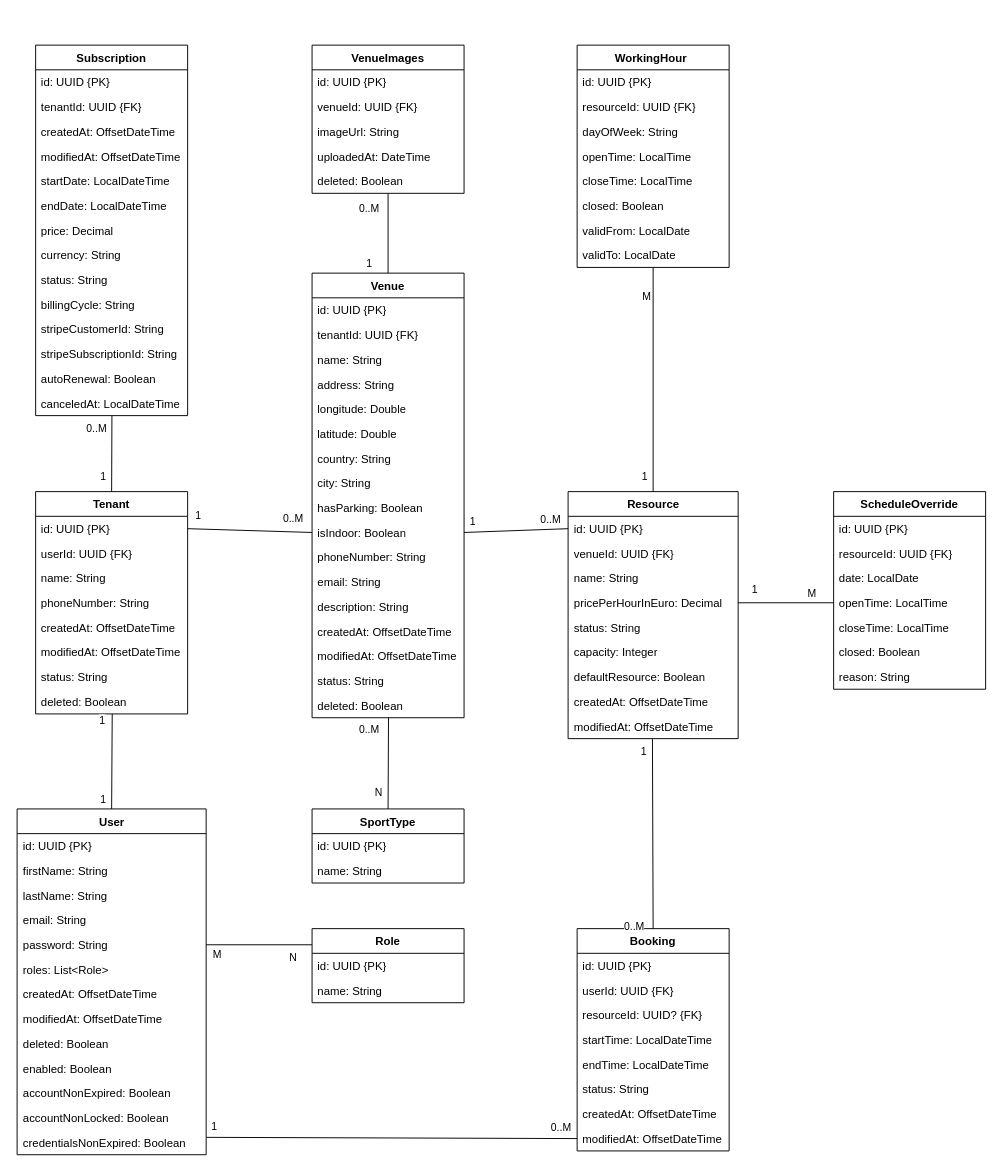
This is Documents/Class Diagram/Atlas Sports Class Diagram.drawio from Gjxrgj/AtlasSports, a draw.io file, before an edit. Source tidied: cells renumbered, new cells numbered last; positions are measured from the earlier drawing's top-left corner, leaving out a move shared by most shapes. Both pictures are drawn from the tidied source at 95%, with x=0, y=0 at pixel (16, 45).
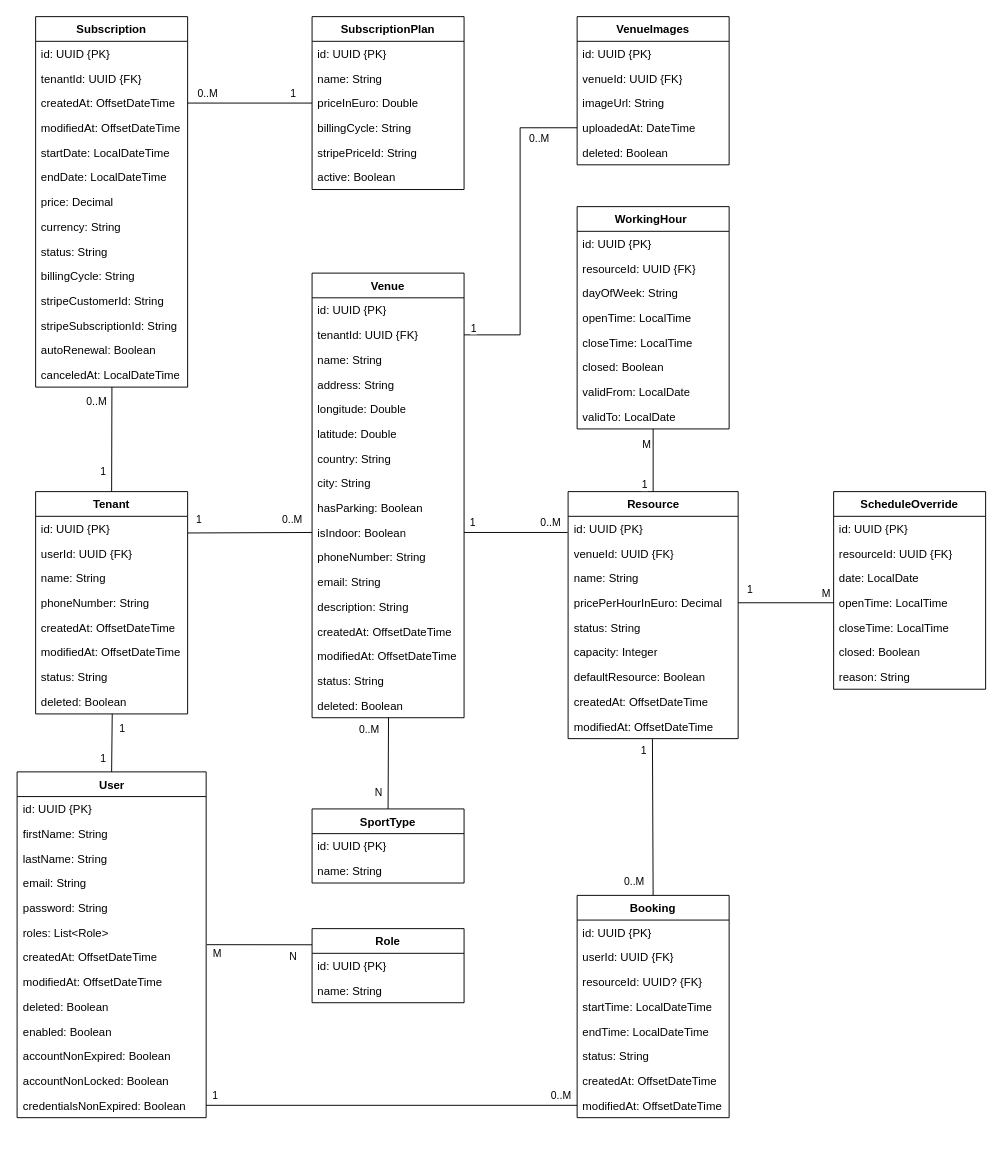
After the change.

Unchanged cells that the change refers to:
```xml
<mxCell id="7" value="password: String" style="text;strokeColor=none;fillColor=none;align=left;verticalAlign=top;spacingLeft=4;spacingRight=4;overflow=hidden;points=[[0,0.5],[1,0.5]];portConstraint=eastwest;whiteSpace=wrap;html=1;" parent="2" vertex="1">
  <mxGeometry y="130" width="199" height="26" as="geometry" />
</mxCell>
<mxCell id="9" value="createdAt: OffsetDateTime" style="text;strokeColor=none;fillColor=none;align=left;verticalAlign=top;spacingLeft=4;spacingRight=4;overflow=hidden;points=[[0,0.5],[1,0.5]];portConstraint=eastwest;whiteSpace=wrap;html=1;" parent="2" vertex="1">
  <mxGeometry y="182" width="199" height="26" as="geometry" />
</mxCell>
<mxCell id="15" value="credentialsNonExpired: Boolean&lt;span style=&quot;white-space: pre;&quot;&gt;&#9;&lt;/span&gt;" style="text;strokeColor=none;fillColor=none;align=left;verticalAlign=top;spacingLeft=4;spacingRight=4;overflow=hidden;points=[[0,0.5],[1,0.5]];portConstraint=eastwest;whiteSpace=wrap;html=1;" parent="2" vertex="1">
  <mxGeometry y="338" width="199" height="26" as="geometry" />
</mxCell>
<mxCell id="26" value="id: UUID&amp;nbsp;{PK}" style="text;strokeColor=none;fillColor=none;align=left;verticalAlign=top;spacingLeft=4;spacingRight=4;overflow=hidden;points=[[0,0.5],[1,0.5]];portConstraint=eastwest;whiteSpace=wrap;html=1;" parent="25" vertex="1">
  <mxGeometry y="26" width="160" height="26" as="geometry" />
</mxCell>
<mxCell id="34" value="Venue" style="swimlane;fontStyle=1;align=center;verticalAlign=top;horizontal=1;startSize=26;whiteSpace=wrap;html=1;" parent="1" vertex="1">
  <mxGeometry x="311" y="240" width="160" height="468" as="geometry" />
</mxCell>
<mxCell id="36" value="tenantId: UUID {FK}" style="text;strokeColor=none;fillColor=none;align=left;verticalAlign=top;spacingLeft=4;spacingRight=4;overflow=hidden;points=[[0,0.5],[1,0.5]];portConstraint=eastwest;whiteSpace=wrap;html=1;" parent="34" vertex="1">
  <mxGeometry y="52" width="160" height="26" as="geometry" />
</mxCell>
<mxCell id="44" value="isIndoor: Boolean" style="text;strokeColor=none;fillColor=none;align=left;verticalAlign=top;spacingLeft=4;spacingRight=4;overflow=hidden;points=[[0,0.5],[1,0.5]];portConstraint=eastwest;whiteSpace=wrap;html=1;" parent="34" vertex="1">
  <mxGeometry y="260" width="160" height="26" as="geometry" />
</mxCell>
<mxCell id="55" value="createdAt: OffsetDateTime" style="text;strokeColor=none;fillColor=none;align=left;verticalAlign=top;spacingLeft=4;spacingRight=4;overflow=hidden;points=[[0,0.5],[1,0.5]];portConstraint=eastwest;whiteSpace=wrap;html=1;" parent="52" vertex="1">
  <mxGeometry y="78" width="160" height="26" as="geometry" />
</mxCell>
<mxCell id="75" value="modifiedAt: OffsetDateTime" style="text;strokeColor=none;fillColor=none;align=left;verticalAlign=top;spacingLeft=4;spacingRight=4;overflow=hidden;points=[[0,0.5],[1,0.5]];portConstraint=eastwest;whiteSpace=wrap;html=1;" parent="67" vertex="1">
  <mxGeometry y="208" width="160" height="26" as="geometry" />
</mxCell>
<mxCell id="80" value="uploadedAt: DateTime" style="text;strokeColor=none;fillColor=none;align=left;verticalAlign=top;spacingLeft=4;spacingRight=4;overflow=hidden;points=[[0,0.5],[1,0.5]];portConstraint=eastwest;whiteSpace=wrap;html=1;" parent="76" vertex="1">
  <mxGeometry y="104" width="160" height="26" as="geometry" />
</mxCell>
<mxCell id="81" value="deleted: Boolean" style="text;strokeColor=none;fillColor=none;align=left;verticalAlign=top;spacingLeft=4;spacingRight=4;overflow=hidden;points=[[0,0.5],[1,0.5]];portConstraint=eastwest;whiteSpace=wrap;html=1;" parent="76" vertex="1">
  <mxGeometry y="130" width="160" height="26" as="geometry" />
</mxCell>
<mxCell id="83" value="id: UUID&amp;nbsp;{PK}" style="text;strokeColor=none;fillColor=none;align=left;verticalAlign=top;spacingLeft=4;spacingRight=4;overflow=hidden;points=[[0,0.5],[1,0.5]];portConstraint=eastwest;whiteSpace=wrap;html=1;" parent="82" vertex="1">
  <mxGeometry y="26" width="179" height="26" as="geometry" />
</mxCell>
<mxCell id="110" style="endArrow=none;html=1;rounded=0;entryX=0.504;entryY=1;entryDx=0;entryDy=0;exitX=0.5;exitY=0;exitDx=0;exitDy=0;entryPerimeter=0;" parent="1" edge="1" source="2" target="33">
  <mxGeometry relative="1" as="geometry" />
</mxCell>
<mxCell id="116" style="endArrow=none;html=1;rounded=0;exitX=0.5;exitY=0;exitDx=0;exitDy=0;entryX=0.496;entryY=1.02;entryDx=0;entryDy=0;entryPerimeter=0;" parent="1" edge="1" source="67" target="91">
  <mxGeometry relative="1" as="geometry" />
</mxCell>
<mxCell id="119" style="endArrow=none;html=1;rounded=0;entryX=0.5;entryY=0;entryDx=0;entryDy=0;exitX=0.5;exitY=1;exitDx=0;exitDy=0;" parent="1" edge="1" source="16" target="82">
  <mxGeometry relative="1" as="geometry" />
</mxCell>
<mxCell id="136" style="endArrow=none;html=1;rounded=0;entryX=1;entryY=0.5;entryDx=0;entryDy=0;exitX=0;exitY=0.5;exitDx=0;exitDy=0;" parent="1" edge="1" source="132" target="86">
  <mxGeometry relative="1" as="geometry" />
</mxCell>
```

The edit, as a diff of the source:
```diff
@@
     <mxCell id="2" value="User" style="swimlane;fontStyle=1;align=center;verticalAlign=top;horizontal=1;startSize=26;whiteSpace=wrap;html=1;" parent="1" vertex="1">
-      <mxGeometry x="0.5" y="804" width="199" height="364" as="geometry" />
+      <mxGeometry x="0.5" y="765" width="199" height="364" as="geometry" />
     </mxCell>
@@
     <mxCell id="16" value="WorkingHour&lt;span style=&quot;white-space: pre;&quot;&gt;&#9;&lt;/span&gt;" style="swimlane;fontStyle=1;align=center;verticalAlign=top;horizontal=1;startSize=26;whiteSpace=wrap;html=1;" parent="1" vertex="1">
-      <mxGeometry x="590" width="160" height="234" as="geometry" />
+      <mxGeometry x="590" y="170" width="160" height="234" as="geometry" />
     </mxCell>
@@
     <mxCell id="52" value="Subscription" style="swimlane;fontStyle=1;align=center;verticalAlign=top;horizontal=1;startSize=26;whiteSpace=wrap;html=1;" parent="1" vertex="1">
-      <mxGeometry x="20" width="160" height="390" as="geometry" />
+      <mxGeometry x="20" y="-30" width="160" height="390" as="geometry" />
     </mxCell>
@@
     <mxCell id="67" value="Booking" style="swimlane;fontStyle=1;align=center;verticalAlign=top;horizontal=1;startSize=26;whiteSpace=wrap;html=1;" parent="1" vertex="1">
-      <mxGeometry x="590" y="930" width="160" height="234" as="geometry" />
+      <mxGeometry x="590" y="895" width="160" height="234" as="geometry" />
     </mxCell>
@@
     <mxCell id="76" value="VenueImages" style="swimlane;fontStyle=1;align=center;verticalAlign=top;horizontal=1;startSize=26;whiteSpace=wrap;html=1;" parent="1" vertex="1">
-      <mxGeometry x="311" width="160" height="156" as="geometry" />
+      <mxGeometry x="590" y="-30" width="160" height="156" as="geometry" />
     </mxCell>
@@
-    <mxCell id="95" style="endArrow=none;html=1;rounded=0;entryX=0.5;entryY=0;entryDx=0;entryDy=0;exitX=0.5;exitY=1;exitDx=0;exitDy=0;exitPerimeter=0;" parent="1" edge="1" source="81" target="34">
-      <mxGeometry relative="1" as="geometry" />
+    <mxCell id="95" style="endArrow=none;html=1;rounded=0;entryX=1;entryY=0.5;entryDx=0;entryDy=0;exitX=0;exitY=0.5;exitDx=0;exitDy=0;" parent="1" edge="1" source="80" target="36">
+      <mxGeometry relative="1" as="geometry">
+        <Array as="points">
+          <mxPoint x="530" y="87" />
+          <mxPoint x="530" y="305" />
+        </Array>
+      </mxGeometry>
     </mxCell>
     <mxCell id="96" value="1" style="edgeLabel;html=1;align=center;verticalAlign=middle;" parent="95" vertex="1">
       <mxGeometry x="0.88" y="-2" relative="1" as="geometry">
-        <mxPoint x="-19" y="-6" as="offset" />
+        <mxPoint x="-11" y="-6" as="offset" />
       </mxGeometry>
     </mxCell>
@@
-    <mxCell id="98" style="endArrow=none;html=1;rounded=0;entryX=0;entryY=0.5;entryDx=0;entryDy=0;exitX=1;exitY=0.5;exitDx=0;exitDy=0;" parent="1" edge="1" source="26" target="44">
+    <mxCell id="98" style="endArrow=none;html=1;rounded=0;entryX=0;entryY=0.5;entryDx=0;entryDy=0;exitX=1.002;exitY=0.674;exitDx=0;exitDy=0;exitPerimeter=0;" parent="1" edge="1" source="26" target="44">
       <mxGeometry relative="1" as="geometry" />
     </mxCell>
@@
-    <mxCell id="104" style="endArrow=none;html=1;rounded=0;entryX=1;entryY=0.5;entryDx=0;entryDy=0;exitX=0;exitY=0.5;exitDx=0;exitDy=0;" parent="1" edge="1" source="83" target="44">
-      <mxGeometry relative="1" as="geometry" />
+    <mxCell id="104" style="endArrow=none;html=1;rounded=0;entryX=1;entryY=0.5;entryDx=0;entryDy=0;" parent="1" edge="1" target="44">
+      <mxGeometry relative="1" as="geometry">
+        <mxPoint x="580" y="513" as="sourcePoint" />
+      </mxGeometry>
     </mxCell>
@@
     <mxCell id="111" value="1" style="edgeLabel;html=1;align=center;verticalAlign=middle;" parent="110" vertex="1">
       <mxGeometry x="0.9" y="2" relative="1" as="geometry">
-        <mxPoint x="-9" y="2" as="offset" />
+        <mxPoint x="12" y="13" as="offset" />
       </mxGeometry>
     </mxCell>
     <mxCell id="112" value="1" style="edgeLabel;html=1;align=center;verticalAlign=middle;" parent="110" vertex="1">
       <mxGeometry x="-0.66" y="-1" relative="1" as="geometry">
-        <mxPoint x="-11" y="6" as="offset" />
+        <mxPoint x="-11" y="-5" as="offset" />
       </mxGeometry>
     </mxCell>
-    <mxCell id="113" style="endArrow=none;html=1;rounded=0;exitX=0;exitY=0.5;exitDx=0;exitDy=0;entryX=1.002;entryY=0.297;entryDx=0;entryDy=0;entryPerimeter=0;" parent="1" edge="1" source="75" target="15">
+    <mxCell id="113" style="endArrow=none;html=1;rounded=0;exitX=0;exitY=0.5;exitDx=0;exitDy=0;entryX=1;entryY=0.5;entryDx=0;entryDy=0;" parent="1" edge="1" source="75" target="15">
       <mxGeometry relative="1" as="geometry" />
     </mxCell>
@@
     <mxCell id="118" value="0..M" style="edgeLabel;html=1;align=center;verticalAlign=middle;" parent="116" vertex="1">
       <mxGeometry x="-0.66" y="-1" relative="1" as="geometry">
-        <mxPoint x="-21" y="32" as="offset" />
+        <mxPoint x="-21" y="14" as="offset" />
       </mxGeometry>
     </mxCell>
@@
     <mxCell id="121" value="M" style="edgeLabel;html=1;align=center;verticalAlign=middle;" parent="119" vertex="1">
       <mxGeometry x="-0.66" y="-1" relative="1" as="geometry">
-        <mxPoint x="-7" y="-10" as="offset" />
+        <mxPoint x="-7" y="5" as="offset" />
       </mxGeometry>
     </mxCell>
@@
-    <mxCell id="125" style="endArrow=none;html=1;rounded=0;entryX=1;entryY=0.5;entryDx=0;entryDy=0;" parent="1" edge="1" target="7">
+    <mxCell id="125" style="endArrow=none;html=1;rounded=0;entryX=1.003;entryY=-0.004;entryDx=0;entryDy=0;entryPerimeter=0;" parent="1" edge="1" target="9">
       <mxGeometry relative="1" as="geometry">
         <mxPoint x="311" y="947" as="sourcePoint" />
       </mxGeometry>
     </mxCell>
@@
     <mxCell id="137" value="1" style="edgeLabel;html=1;align=center;verticalAlign=middle;" parent="136" vertex="1">
       <mxGeometry x="0.9" y="2" relative="1" as="geometry">
-        <mxPoint x="11" y="-17" as="offset" />
+        <mxPoint x="6" y="-17" as="offset" />
       </mxGeometry>
     </mxCell>
     <mxCell id="138" value="M" style="edgeLabel;html=1;align=center;verticalAlign=middle;" parent="136" vertex="1">
       <mxGeometry x="-0.66" y="-1" relative="1" as="geometry">
-        <mxPoint x="-7" y="-10" as="offset" />
+        <mxPoint x="8" y="-10" as="offset" />
       </mxGeometry>
     </mxCell>
+    <mxCell id="139" value="SubscriptionPlan" style="swimlane;fontStyle=1;align=center;verticalAlign=top;horizontal=1;startSize=26;whiteSpace=wrap;html=1;" parent="1" vertex="1">
+      <mxGeometry x="311" y="-30" width="160" height="182" as="geometry" />
+    </mxCell>
+    <mxCell id="140" value="id: UUID&amp;nbsp;{PK}" style="text;strokeColor=none;fillColor=none;align=left;verticalAlign=top;spacingLeft=4;spacingRight=4;overflow=hidden;whiteSpace=wrap;html=1;" parent="139" vertex="1">
+      <mxGeometry y="26" width="160" height="26" as="geometry" />
+    </mxCell>
+    <mxCell id="141" value="name: String" style="text;strokeColor=none;fillColor=none;align=left;verticalAlign=top;spacingLeft=4;spacingRight=4;overflow=hidden;whiteSpace=wrap;html=1;" parent="139" vertex="1">
+      <mxGeometry y="52" width="160" height="26" as="geometry" />
+    </mxCell>
+    <mxCell id="142" value="priceInEuro: Double" style="text;strokeColor=none;fillColor=none;align=left;verticalAlign=top;spacingLeft=4;spacingRight=4;overflow=hidden;points=[[0,0.5],[1,0.5]];portConstraint=eastwest;whiteSpace=wrap;html=1;" parent="139" vertex="1">
+      <mxGeometry y="78" width="160" height="26" as="geometry" />
+    </mxCell>
+    <mxCell id="143" value="billingCycle: String&lt;div&gt;&lt;br&gt;&lt;/div&gt;" style="text;strokeColor=none;fillColor=none;align=left;verticalAlign=top;spacingLeft=4;spacingRight=4;overflow=hidden;whiteSpace=wrap;html=1;" parent="139" vertex="1">
+      <mxGeometry y="104" width="160" height="26" as="geometry" />
+    </mxCell>
+    <mxCell id="144" value="stripePriceId: String" style="text;strokeColor=none;fillColor=none;align=left;verticalAlign=top;spacingLeft=4;spacingRight=4;overflow=hidden;whiteSpace=wrap;html=1;" parent="139" vertex="1">
+      <mxGeometry y="130" width="160" height="26" as="geometry" />
+    </mxCell>
+    <mxCell id="145" value="active: Boolean" style="text;strokeColor=none;fillColor=none;align=left;verticalAlign=top;spacingLeft=4;spacingRight=4;overflow=hidden;whiteSpace=wrap;html=1;" parent="139" vertex="1">
+      <mxGeometry y="156" width="160" height="26" as="geometry" />
+    </mxCell>
+    <mxCell id="146" style="endArrow=none;html=1;rounded=0;exitX=0;exitY=0.5;exitDx=0;exitDy=0;entryX=1;entryY=0.5;entryDx=0;entryDy=0;" parent="1" edge="1" source="142" target="55">
+      <mxGeometry relative="1" as="geometry" />
+    </mxCell>
+    <mxCell id="147" value="0..M" style="edgeLabel;html=1;align=center;verticalAlign=middle;" parent="146" vertex="1">
+      <mxGeometry x="0.9" y="2" relative="1" as="geometry">
+        <mxPoint x="13" y="-13" as="offset" />
+      </mxGeometry>
+    </mxCell>
+    <mxCell id="148" value="1" style="edgeLabel;html=1;align=center;verticalAlign=middle;" parent="146" vertex="1">
+      <mxGeometry x="-0.66" y="-1" relative="1" as="geometry">
+        <mxPoint x="1" y="-10" as="offset" />
+      </mxGeometry>
+    </mxCell>
```
